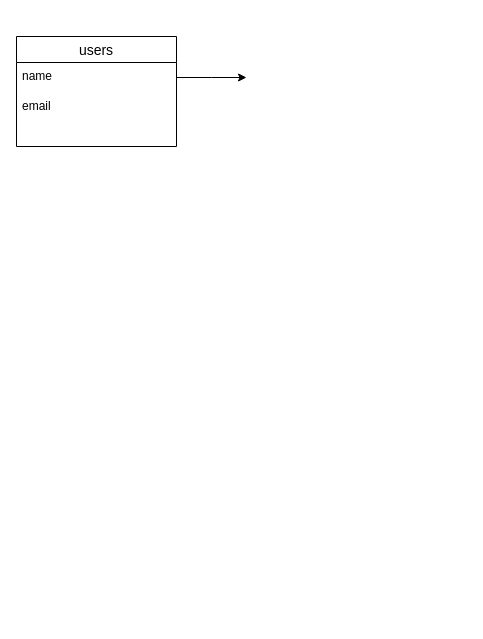
yamashirory/furima-31574 keeps this draw.io diagram as de.dio. Above is the earlier version. Source tidied: cells renumbered, new cells numbered last; positions are measured from the earlier drawing's top-left corner, leaving out a move shared by most shapes. Both pictures are drawn from the tidied source at 100%, with x=0, y=0 at pixel (16, 36).
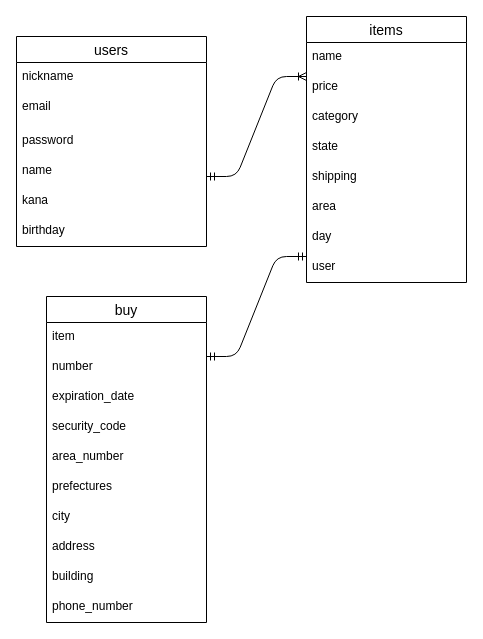
Above is the later version.

Commit message (it also covers changes not shown here):
テーブルの設計

The edit, as a diff of the source:
```diff
@@
     <mxCell id="2" value="users" style="swimlane;fontStyle=0;horizontal=1;startSize=26;align=center;fontSize=14;" parent="1" vertex="1">
-      <mxGeometry width="160" height="110" as="geometry" />
+      <mxGeometry width="190" height="210" as="geometry" />
     </mxCell>
-    <mxCell id="3" value="name" style="text;strokeColor=none;fillColor=none;spacingLeft=4;spacingRight=4;overflow=hidden;points=[[0,0.5],[1,0.5]];portConstraint=eastwest;fontSize=12;" parent="2" vertex="1">
-      <mxGeometry y="26" width="160" height="30" as="geometry" />
+    <mxCell id="3" value="nickname" style="text;strokeColor=none;fillColor=none;spacingLeft=4;spacingRight=4;overflow=hidden;points=[[0,0.5],[1,0.5]];portConstraint=eastwest;fontSize=12;" parent="2" vertex="1">
+      <mxGeometry y="26" width="190" height="30" as="geometry" />
     </mxCell>
     <mxCell id="4" value="email" style="text;strokeColor=none;fillColor=none;spacingLeft=4;spacingRight=4;overflow=hidden;fontSize=12;" parent="2" vertex="1">
-      <mxGeometry y="56" width="160" height="54" as="geometry" />
+      <mxGeometry y="56" width="190" height="34" as="geometry" />
     </mxCell>
-    <mxCell id="5" style="edgeStyle=orthogonalEdgeStyle;rounded=0;jettySize=auto;html=1;" parent="1" edge="1" source="3">
-      <mxGeometry relative="1" as="geometry">
-        <mxPoint x="230" y="41" as="targetPoint" />
-      </mxGeometry>
-    </mxCell>
+    <mxCell id="6" value="password" style="text;strokeColor=none;fillColor=none;spacingLeft=4;spacingRight=4;overflow=hidden;fontSize=12;" parent="2" vertex="1">
+      <mxGeometry y="90" width="190" height="30" as="geometry" />
+    </mxCell>
+    <mxCell id="7" value="name&#10;" style="text;strokeColor=none;fillColor=none;spacingLeft=4;spacingRight=4;overflow=hidden;fontSize=12;" parent="2" vertex="1">
+      <mxGeometry y="120" width="190" height="30" as="geometry" />
+    </mxCell>
+    <mxCell id="8" value="kana" style="text;strokeColor=none;fillColor=none;spacingLeft=4;spacingRight=4;overflow=hidden;fontSize=12;" parent="2" vertex="1">
+      <mxGeometry y="150" width="190" height="30" as="geometry" />
+    </mxCell>
+    <mxCell id="9" value="birthday" style="text;strokeColor=none;fillColor=none;spacingLeft=4;spacingRight=4;overflow=hidden;fontSize=12;" parent="2" vertex="1">
+      <mxGeometry y="180" width="190" height="30" as="geometry" />
+    </mxCell>
+    <mxCell id="10" value="items" style="swimlane;fontStyle=0;horizontal=1;startSize=26;align=center;fontSize=14;" parent="1" vertex="1">
+      <mxGeometry x="290" y="-20" width="160" height="266" as="geometry" />
+    </mxCell>
+    <mxCell id="11" value="name" style="text;strokeColor=none;fillColor=none;spacingLeft=4;spacingRight=4;overflow=hidden;fontSize=12;" parent="10" vertex="1">
+      <mxGeometry y="26" width="160" height="30" as="geometry" />
+    </mxCell>
+    <mxCell id="12" value="price" style="text;strokeColor=none;fillColor=none;spacingLeft=4;spacingRight=4;overflow=hidden;fontSize=12;" parent="10" vertex="1">
+      <mxGeometry y="56" width="160" height="30" as="geometry" />
+    </mxCell>
+    <mxCell id="13" value="category" style="text;strokeColor=none;fillColor=none;spacingLeft=4;spacingRight=4;overflow=hidden;fontSize=12;" parent="10" vertex="1">
+      <mxGeometry y="86" width="160" height="30" as="geometry" />
+    </mxCell>
+    <mxCell id="14" value="state" style="text;strokeColor=none;fillColor=none;spacingLeft=4;spacingRight=4;overflow=hidden;fontSize=12;" parent="10" vertex="1">
+      <mxGeometry y="116" width="160" height="30" as="geometry" />
+    </mxCell>
+    <mxCell id="15" value="shipping" style="text;strokeColor=none;fillColor=none;spacingLeft=4;spacingRight=4;overflow=hidden;fontSize=12;" parent="10" vertex="1">
+      <mxGeometry y="146" width="160" height="30" as="geometry" />
+    </mxCell>
+    <mxCell id="16" value="area" style="text;strokeColor=none;fillColor=none;spacingLeft=4;spacingRight=4;overflow=hidden;fontSize=12;" parent="10" vertex="1">
+      <mxGeometry y="176" width="160" height="30" as="geometry" />
+    </mxCell>
+    <mxCell id="17" value="day" style="text;strokeColor=none;fillColor=none;spacingLeft=4;spacingRight=4;overflow=hidden;fontSize=12;" parent="10" vertex="1">
+      <mxGeometry y="206" width="160" height="30" as="geometry" />
+    </mxCell>
+    <mxCell id="18" value="user" style="text;strokeColor=none;fillColor=none;spacingLeft=4;spacingRight=4;overflow=hidden;fontSize=12;" parent="10" vertex="1">
+      <mxGeometry y="236" width="160" height="30" as="geometry" />
+    </mxCell>
+    <mxCell id="19" style="edgeStyle=entityRelationEdgeStyle;fontSize=12;html=1;endArrow=ERoneToMany;startArrow=ERmandOne;" parent="1" edge="1">
+      <mxGeometry relative="1" as="geometry">
+        <mxPoint x="190" y="140" as="sourcePoint" />
+        <mxPoint x="290" y="40" as="targetPoint" />
+      </mxGeometry>
+    </mxCell>
+    <mxCell id="20" value="buy" style="swimlane;fontStyle=0;horizontal=1;startSize=26;align=center;fontSize=14;" parent="1" vertex="1">
+      <mxGeometry x="30" y="260" width="160" height="326" as="geometry" />
+    </mxCell>
+    <mxCell id="21" value="item" style="text;strokeColor=none;fillColor=none;spacingLeft=4;spacingRight=4;overflow=hidden;fontSize=12;" parent="20" vertex="1">
+      <mxGeometry y="26" width="160" height="30" as="geometry" />
+    </mxCell>
+    <mxCell id="22" value="number" style="text;strokeColor=none;fillColor=none;spacingLeft=4;spacingRight=4;overflow=hidden;fontSize=12;" parent="20" vertex="1">
+      <mxGeometry y="56" width="160" height="30" as="geometry" />
+    </mxCell>
+    <mxCell id="23" value="expiration_date" style="text;strokeColor=none;fillColor=none;spacingLeft=4;spacingRight=4;overflow=hidden;fontSize=12;" parent="20" vertex="1">
+      <mxGeometry y="86" width="160" height="30" as="geometry" />
+    </mxCell>
+    <mxCell id="24" value="security_code" style="text;strokeColor=none;fillColor=none;spacingLeft=4;spacingRight=4;overflow=hidden;fontSize=12;" parent="20" vertex="1">
+      <mxGeometry y="116" width="160" height="30" as="geometry" />
+    </mxCell>
+    <mxCell id="25" value="area_number" style="text;strokeColor=none;fillColor=none;spacingLeft=4;spacingRight=4;overflow=hidden;fontSize=12;" parent="20" vertex="1">
+      <mxGeometry y="146" width="160" height="30" as="geometry" />
+    </mxCell>
+    <mxCell id="26" value="prefectures" style="text;strokeColor=none;fillColor=none;spacingLeft=4;spacingRight=4;overflow=hidden;fontSize=12;" parent="20" vertex="1">
+      <mxGeometry y="176" width="160" height="30" as="geometry" />
+    </mxCell>
+    <mxCell id="27" value="city" style="text;strokeColor=none;fillColor=none;spacingLeft=4;spacingRight=4;overflow=hidden;fontSize=12;" parent="20" vertex="1">
+      <mxGeometry y="206" width="160" height="30" as="geometry" />
+    </mxCell>
+    <mxCell id="28" value="address" style="text;strokeColor=none;fillColor=none;spacingLeft=4;spacingRight=4;overflow=hidden;fontSize=12;" parent="20" vertex="1">
+      <mxGeometry y="236" width="160" height="30" as="geometry" />
+    </mxCell>
+    <mxCell id="29" value="building" style="text;strokeColor=none;fillColor=none;spacingLeft=4;spacingRight=4;overflow=hidden;fontSize=12;" parent="20" vertex="1">
+      <mxGeometry y="266" width="160" height="30" as="geometry" />
+    </mxCell>
+    <mxCell id="30" value="phone_number" style="text;strokeColor=none;fillColor=none;spacingLeft=4;spacingRight=4;overflow=hidden;fontSize=12;" parent="20" vertex="1">
+      <mxGeometry y="296" width="160" height="30" as="geometry" />
+    </mxCell>
+    <mxCell id="31" style="edgeStyle=entityRelationEdgeStyle;fontSize=12;html=1;endArrow=ERmandOne;startArrow=ERmandOne;" parent="1" edge="1">
+      <mxGeometry relative="1" as="geometry">
+        <mxPoint x="190" y="320" as="sourcePoint" />
+        <mxPoint x="290" y="220" as="targetPoint" />
+      </mxGeometry>
+    </mxCell>
```
